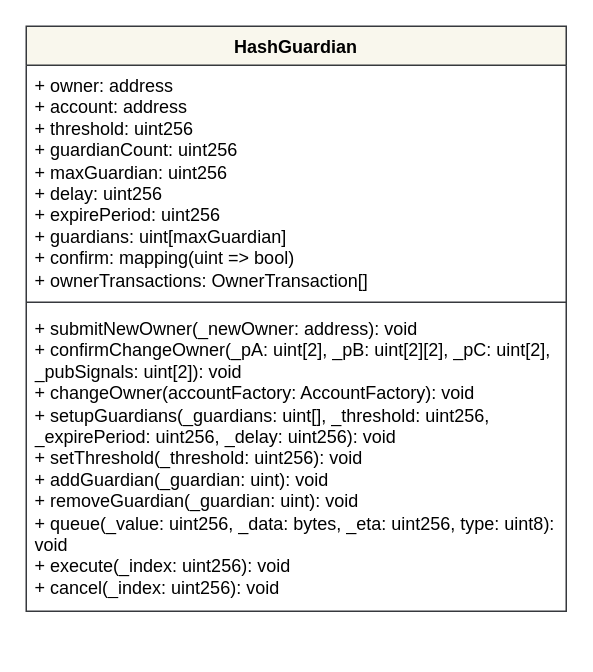
This is page "zk-guardian-class-diagram" (22 of 24) of documents/master.drawio from phamhongphuc1999/account-abstraction-app, a draw.io file, before an edit. Source tidied: cells renumbered, new cells numbered last; positions are measured from the earlier drawing's top-left corner, leaving out a move shared by most shapes. Both pictures are drawn from the tidied source at 150%, with x=0, y=0 at pixel (26, 26).
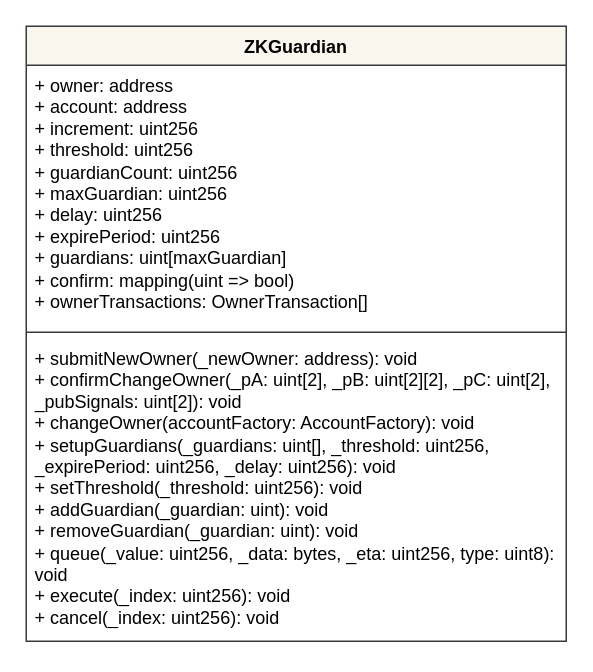
The same diagram, later.

Diff of the diagram source:
```diff
@@
 <mxGraphModel>
   <root>
     <mxCell id="0" />
     <mxCell id="1" parent="0" />
-    <mxCell id="2" value="HashGuardian" style="swimlane;fontStyle=1;align=center;verticalAlign=top;horizontal=1;startSize=26;whiteSpace=wrap;html=1;fillColor=#f9f7ed;strokeColor=#36393d;" parent="1" vertex="1">
-      <mxGeometry width="360" height="390" as="geometry" />
+    <mxCell id="2" value="ZKGuardian" style="swimlane;fontStyle=1;align=center;verticalAlign=top;horizontal=1;startSize=26;whiteSpace=wrap;html=1;fillColor=#f9f7ed;strokeColor=#36393d;" parent="1" vertex="1">
+      <mxGeometry width="360" height="410" as="geometry" />
     </mxCell>
-    <mxCell id="3" value="+ owner: address&lt;div&gt;+ account: address&lt;/div&gt;&lt;div&gt;+ threshold: uint256&lt;/div&gt;&lt;div&gt;+ guardianCount: uint256&lt;/div&gt;&lt;div&gt;+ maxGuardian: uint256&lt;/div&gt;&lt;div&gt;+ delay: uint256&lt;/div&gt;&lt;div&gt;+ expirePeriod: uint256&lt;/div&gt;&lt;div&gt;+ guardians: uint[maxGuardian]&lt;/div&gt;&lt;div&gt;+ confirm: mapping(uint =&amp;gt; bool)&lt;/div&gt;&lt;div&gt;+ ownerTransactions: OwnerTransaction[]&lt;/div&gt;" style="text;strokeColor=none;fillColor=none;align=left;verticalAlign=top;spacingLeft=4;spacingRight=4;overflow=hidden;whiteSpace=wrap;html=1;" parent="2" vertex="1">
-      <mxGeometry y="26" width="360" height="154" as="geometry" />
+    <mxCell id="3" value="+ owner: address&lt;div&gt;+ account: address&lt;/div&gt;&lt;div&gt;+ increment: uint256&lt;/div&gt;&lt;div&gt;+ threshold: uint256&lt;/div&gt;&lt;div&gt;+ guardianCount: uint256&lt;/div&gt;&lt;div&gt;+ maxGuardian: uint256&lt;/div&gt;&lt;div&gt;+ delay: uint256&lt;/div&gt;&lt;div&gt;+ expirePeriod: uint256&lt;/div&gt;&lt;div&gt;+ guardians: uint[maxGuardian]&lt;/div&gt;&lt;div&gt;+ confirm: mapping(uint =&amp;gt; bool)&lt;/div&gt;&lt;div&gt;+ ownerTransactions: OwnerTransaction[]&lt;/div&gt;" style="text;strokeColor=none;fillColor=none;align=left;verticalAlign=top;spacingLeft=4;spacingRight=4;overflow=hidden;whiteSpace=wrap;html=1;" parent="2" vertex="1">
+      <mxGeometry y="26" width="360" height="174" as="geometry" />
     </mxCell>
     <mxCell id="4" style="line;strokeWidth=1;fillColor=none;align=left;verticalAlign=middle;spacingTop=-1;spacingLeft=3;spacingRight=3;labelPosition=right;strokeColor=inherit;" parent="2" vertex="1">
-      <mxGeometry y="180" width="360" height="8" as="geometry" />
+      <mxGeometry y="200" width="360" height="8" as="geometry" />
     </mxCell>
     <mxCell id="5" value="&lt;div&gt;+ submitNewOwner(_newOwner: address): void&lt;/div&gt;&lt;div&gt;+ confirmChangeOwner(_pA: uint[2], _pB: uint[2][2], _pC: uint[2], _pubSignals: uint[2]): void&lt;/div&gt;&lt;div&gt;+ changeOwner(accountFactory: AccountFactory): void&lt;/div&gt;&lt;div&gt;+ setupGuardians(_guardians: uint[], _threshold: uint256, _expirePeriod: uint256, _delay: uint256): void&lt;/div&gt;&lt;div&gt;+ setThreshold(&lt;span style=&quot;background-color: initial;&quot;&gt;_threshold: uint256&lt;/span&gt;&lt;span style=&quot;background-color: initial;&quot;&gt;): void&lt;/span&gt;&lt;/div&gt;&lt;div&gt;&lt;span style=&quot;background-color: initial;&quot;&gt;+ addGuardian(_guardian: uint): void&lt;/span&gt;&lt;/div&gt;&lt;div&gt;&lt;span style=&quot;background-color: initial;&quot;&gt;+ removeGuardian(_guardian: uint): void&lt;/span&gt;&lt;/div&gt;&lt;div&gt;&lt;span style=&quot;background-color: initial;&quot;&gt;+ queue(_value: uint256, _data: bytes, _eta: uint256, type: uint8): void&lt;/span&gt;&lt;/div&gt;&lt;div&gt;&lt;span style=&quot;background-color: initial;&quot;&gt;+ execute(_index: uint256): void&lt;/span&gt;&lt;/div&gt;&lt;div&gt;&lt;span style=&quot;background-color: initial;&quot;&gt;+ cancel(_index: uint256): void&lt;/span&gt;&lt;/div&gt;" style="text;strokeColor=none;fillColor=none;align=left;verticalAlign=top;spacingLeft=4;spacingRight=4;overflow=hidden;whiteSpace=wrap;html=1;" parent="2" vertex="1">
-      <mxGeometry y="188" width="360" height="202" as="geometry" />
+      <mxGeometry y="208" width="360" height="202" as="geometry" />
     </mxCell>
   </root>
 </mxGraphModel>
```
